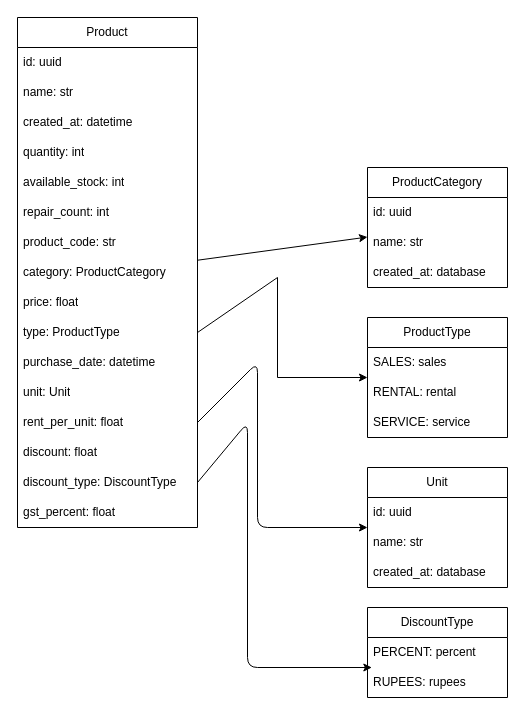
This is page "Product" (2 of 4) of docs/IMS_MPT.drawio from Cherisher08/IMS_mpt_backend, a draw.io file, before an edit. Source tidied: cells renumbered, new cells numbered last; positions are measured from the earlier drawing's top-left corner, leaving out a move shared by most shapes. Both pictures are drawn from the tidied source at 100%, with x=0, y=0 at pixel (17, 17).
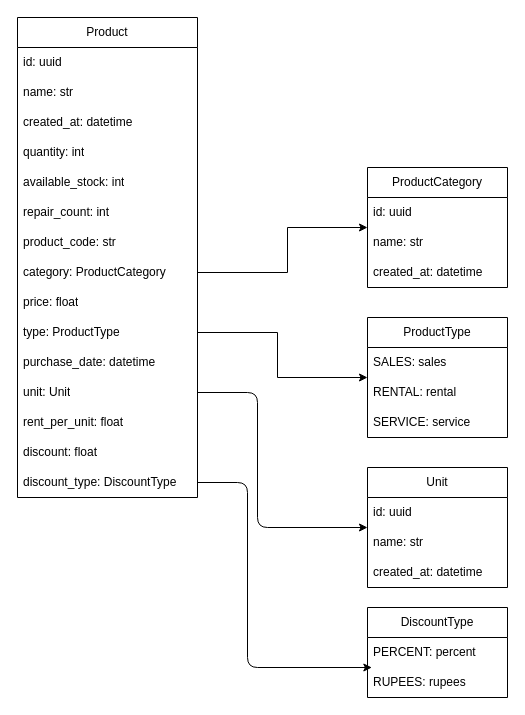
The same page after the edit.

Unchanged cells that the change refers to:
```xml
<mxCell id="10" value="category: ProductCategory" style="text;strokeColor=none;fillColor=none;align=left;verticalAlign=middle;spacingLeft=4;spacingRight=4;overflow=hidden;points=[[0,0.5],[1,0.5]];portConstraint=eastwest;whiteSpace=wrap;html=1;" parent="2" vertex="1">
  <mxGeometry y="240" width="180" height="30" as="geometry" />
</mxCell>
<mxCell id="12" value="type: ProductType" style="text;strokeColor=none;fillColor=none;align=left;verticalAlign=middle;spacingLeft=4;spacingRight=4;overflow=hidden;points=[[0,0.5],[1,0.5]];portConstraint=eastwest;whiteSpace=wrap;html=1;" parent="2" vertex="1">
  <mxGeometry y="300" width="180" height="30" as="geometry" />
</mxCell>
<mxCell id="14" value="unit: Unit" style="text;strokeColor=none;fillColor=none;align=left;verticalAlign=middle;spacingLeft=4;spacingRight=4;overflow=hidden;points=[[0,0.5],[1,0.5]];portConstraint=eastwest;whiteSpace=wrap;html=1;" parent="2" vertex="1">
  <mxGeometry y="360" width="180" height="30" as="geometry" />
</mxCell>
<mxCell id="15" value="rent_per_unit: float" style="text;strokeColor=none;fillColor=none;align=left;verticalAlign=middle;spacingLeft=4;spacingRight=4;overflow=hidden;points=[[0,0.5],[1,0.5]];portConstraint=eastwest;whiteSpace=wrap;html=1;" parent="2" vertex="1">
  <mxGeometry y="390" width="180" height="30" as="geometry" />
</mxCell>
<mxCell id="17" value="discount_type:&amp;nbsp;&lt;span style=&quot;color: rgb(0, 0, 0); text-align: center;&quot;&gt;DiscountType&lt;/span&gt;" style="text;strokeColor=none;fillColor=none;align=left;verticalAlign=middle;spacingLeft=4;spacingRight=4;overflow=hidden;points=[[0,0.5],[1,0.5]];portConstraint=eastwest;whiteSpace=wrap;html=1;" parent="2" vertex="1">
  <mxGeometry y="450" width="180" height="30" as="geometry" />
</mxCell>
<mxCell id="19" value="ProductCategory" style="swimlane;fontStyle=0;horizontal=1;startSize=30;whiteSpace=wrap;html=1;" parent="1" vertex="1">
  <mxGeometry x="350" y="150" width="140" height="120" as="geometry" />
</mxCell>
<mxCell id="24" value="ProductType" style="swimlane;fontStyle=0;horizontal=1;startSize=30;whiteSpace=wrap;html=1;" parent="1" vertex="1">
  <mxGeometry x="350" y="300" width="140" height="120" as="geometry" />
</mxCell>
<mxCell id="29" value="Unit" style="swimlane;fontStyle=0;horizontal=1;startSize=30;whiteSpace=wrap;html=1;" parent="1" vertex="1">
  <mxGeometry x="350" y="450" width="140" height="120" as="geometry" />
</mxCell>
<mxCell id="36" value="RUPEES: rupees" style="text;strokeColor=none;fillColor=none;align=left;verticalAlign=middle;spacingLeft=4;spacingRight=4;overflow=hidden;points=[[0,0.5],[1,0.5]];portConstraint=eastwest;whiteSpace=wrap;html=1;" parent="34" vertex="1">
  <mxGeometry y="60" width="140" height="30" as="geometry" />
</mxCell>
```

Change to the diagram source:
```diff
@@
     <mxCell id="2" value="Product" style="swimlane;fontStyle=0;horizontal=1;startSize=30;whiteSpace=wrap;html=1;" parent="1" vertex="1">
-      <mxGeometry width="180" height="510" as="geometry" />
+      <mxGeometry width="180" height="480" as="geometry" />
     </mxCell>
@@
-    <mxCell id="18" value="gst_percent: float" style="text;strokeColor=none;fillColor=none;align=left;verticalAlign=middle;spacingLeft=4;spacingRight=4;overflow=hidden;whiteSpace=wrap;html=1;" parent="2" vertex="1">
-      <mxGeometry y="480" width="180" height="30" as="geometry" />
-    </mxCell>
@@
-    <mxCell id="22" value="created_at: database" style="text;strokeColor=none;fillColor=none;align=left;verticalAlign=middle;spacingLeft=4;spacingRight=4;overflow=hidden;whiteSpace=wrap;html=1;" parent="19" vertex="1">
+    <mxCell id="22" value="created_at: datetime" style="text;strokeColor=none;fillColor=none;align=left;verticalAlign=middle;spacingLeft=4;spacingRight=4;overflow=hidden;whiteSpace=wrap;html=1;" parent="19" vertex="1">
       <mxGeometry y="90" width="140" height="30" as="geometry" />
     </mxCell>
     <mxCell id="23" style="edgeStyle=none;rounded=0;jettySize=auto;html=1;" parent="1" edge="1" source="10" target="19">
-      <mxGeometry relative="1" as="geometry" />
+      <mxGeometry relative="1" as="geometry">
+        <Array as="points">
+          <mxPoint x="270" y="255" />
+          <mxPoint x="270" y="210" />
+        </Array>
+      </mxGeometry>
     </mxCell>
@@
     <mxCell id="28" style="edgeStyle=none;rounded=0;jettySize=auto;html=1;exitX=1;exitY=0.5;exitDx=0;exitDy=0;" parent="1" edge="1" source="12" target="24">
       <mxGeometry relative="1" as="geometry">
         <Array as="points">
-          <mxPoint x="260" y="260" />
+          <mxPoint x="260" y="315" />
           <mxPoint x="260" y="360" />
         </Array>
       </mxGeometry>
     </mxCell>
@@
-    <mxCell id="32" value="&lt;span style=&quot;color: rgb(0, 0, 0);&quot;&gt;created_at: database&lt;/span&gt;" style="text;strokeColor=none;fillColor=none;align=left;verticalAlign=middle;spacingLeft=4;spacingRight=4;overflow=hidden;whiteSpace=wrap;html=1;" parent="29" vertex="1">
+    <mxCell id="32" value="&lt;span style=&quot;color: rgb(0, 0, 0);&quot;&gt;created_at: datetime&lt;/span&gt;" style="text;strokeColor=none;fillColor=none;align=left;verticalAlign=middle;spacingLeft=4;spacingRight=4;overflow=hidden;whiteSpace=wrap;html=1;" parent="29" vertex="1">
       <mxGeometry y="90" width="140" height="30" as="geometry" />
     </mxCell>
-    <mxCell id="33" style="edgeStyle=none;html=1;exitX=1;exitY=0.5;exitDx=0;exitDy=0;" parent="1" edge="1" source="15" target="29">
+    <mxCell id="33" style="edgeStyle=none;html=1;exitX=1;exitY=0.5;exitDx=0;exitDy=0;" parent="1" edge="1" source="14" target="29">
       <mxGeometry relative="1" as="geometry">
         <Array as="points">
-          <mxPoint x="240" y="345" />
+          <mxPoint x="240" y="375" />
           <mxPoint x="240" y="510" />
         </Array>
       </mxGeometry>
     </mxCell>
@@
     <mxCell id="38" style="edgeStyle=none;html=1;entryX=0.031;entryY=0;entryDx=0;entryDy=0;entryPerimeter=0;exitX=1;exitY=0.5;exitDx=0;exitDy=0;" parent="1" edge="1" source="17" target="36">
       <mxGeometry relative="1" as="geometry">
         <Array as="points">
-          <mxPoint x="230" y="405" />
+          <mxPoint x="230" y="465" />
           <mxPoint x="230" y="650" />
         </Array>
       </mxGeometry>
     </mxCell>
```
